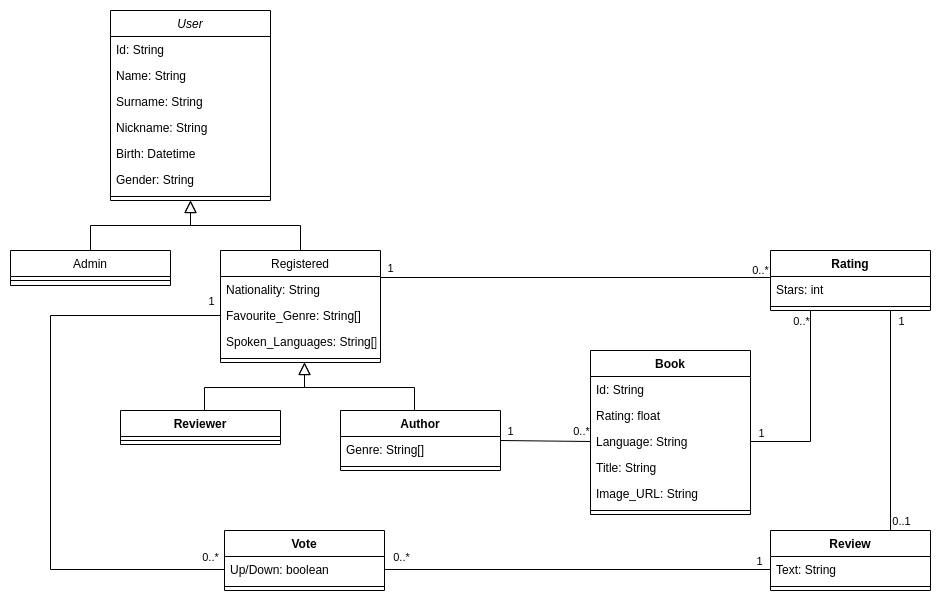
Froffri/BookAdvisor keeps this draw.io diagram as media/UML_Class.drawio.png. Above is the earlier version. Source tidied: cells renumbered, new cells last; positions are measured from the earlier drawing's top-left corner, leaving out a move shared by most shapes.
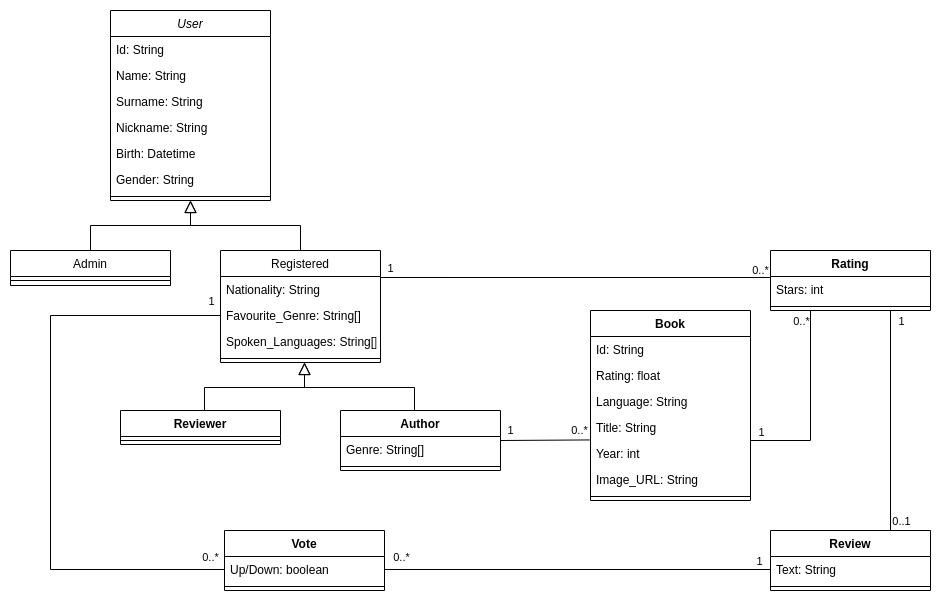
The same diagram one commit later.

What changed in the source:
```diff
@@ -81,27 +81,30 @@
       <mxGeometry y="52" width="160" height="8" as="geometry" />
     </mxCell>
     <mxCell id="26" value="Book" style="swimlane;fontStyle=1;align=center;verticalAlign=top;horizontal=1;startSize=26;" parent="1" vertex="1">
-      <mxGeometry x="580" y="340" width="160" height="164" as="geometry" />
+      <mxGeometry x="580" y="300" width="160" height="190" as="geometry" />
     </mxCell>
+    <mxCell id="60" value="Id: String" style="text;strokeColor=none;fillColor=none;align=left;verticalAlign=top;spacingLeft=4;spacingRight=4;overflow=hidden;" parent="26" vertex="1">
+      <mxGeometry y="26" width="160" height="26" as="geometry" />
+    </mxCell>
-    <mxCell id="27" value="Id: String" style="text;strokeColor=none;fillColor=none;align=left;verticalAlign=top;spacingLeft=4;spacingRight=4;overflow=hidden;" parent="26" vertex="1">
-      <mxGeometry y="26" width="160" height="26" as="geometry" />
+    <mxCell id="27" value="Rating: float" style="text;strokeColor=none;fillColor=none;align=left;verticalAlign=top;spacingLeft=4;spacingRight=4;overflow=hidden;" parent="26" vertex="1">
+      <mxGeometry y="52" width="160" height="26" as="geometry" />
     </mxCell>
-    <mxCell id="28" value="Rating: float" style="text;strokeColor=none;fillColor=none;align=left;verticalAlign=top;spacingLeft=4;spacingRight=4;overflow=hidden;" parent="26" vertex="1">
-      <mxGeometry y="52" width="160" height="26" as="geometry" />
+    <mxCell id="28" value="Language: String" style="text;strokeColor=none;fillColor=none;align=left;verticalAlign=top;spacingLeft=4;spacingRight=4;overflow=hidden;" parent="26" vertex="1">
+      <mxGeometry y="78" width="160" height="26" as="geometry" />
     </mxCell>
-    <mxCell id="29" value="Language: String" style="text;strokeColor=none;fillColor=none;align=left;verticalAlign=top;spacingLeft=4;spacingRight=4;overflow=hidden;points=[[0,0.5],[1,0.5]];portConstraint=eastwest;" parent="26" vertex="1">
-      <mxGeometry y="78" width="160" height="26" as="geometry" />
+    <mxCell id="29" value="Title: String" style="text;strokeColor=none;fillColor=none;align=left;verticalAlign=top;spacingLeft=4;spacingRight=4;overflow=hidden;points=[[0,0.5],[1,0.5]];portConstraint=eastwest;" parent="26" vertex="1">
+      <mxGeometry y="104" width="160" height="26" as="geometry" />
     </mxCell>
-    <mxCell id="30" value="Title: String" style="text;strokeColor=none;fillColor=none;align=left;verticalAlign=top;spacingLeft=4;spacingRight=4;overflow=hidden;points=[[0,0.5],[1,0.5]];portConstraint=eastwest;" parent="26" vertex="1">
-      <mxGeometry y="104" width="160" height="26" as="geometry" />
+    <mxCell id="30" value="Year: int" style="text;strokeColor=none;fillColor=none;align=left;verticalAlign=top;spacingLeft=4;spacingRight=4;overflow=hidden;points=[[0,0.5],[1,0.5]];portConstraint=eastwest;" parent="26" vertex="1">
+      <mxGeometry y="130" width="160" height="26" as="geometry" />
     </mxCell>
-    <mxCell id="31" value="Image_URL: String" style="text;strokeColor=none;fillColor=none;align=left;verticalAlign=top;spacingLeft=4;spacingRight=4;overflow=hidden;" parent="26" vertex="1">
-      <mxGeometry y="130" width="160" height="26" as="geometry" />
+    <mxCell id="31" value="Image_URL: String&#10;" style="text;strokeColor=none;fillColor=none;align=left;verticalAlign=top;spacingLeft=4;spacingRight=4;overflow=hidden;" parent="26" vertex="1">
+      <mxGeometry y="156" width="160" height="26" as="geometry" />
     </mxCell>
     <mxCell id="32" style="line;strokeWidth=1;fillColor=none;align=left;verticalAlign=middle;spacingTop=-1;spacingLeft=3;spacingRight=3;labelPosition=right;strokeColor=inherit;" parent="26" vertex="1">
-      <mxGeometry y="156" width="160" height="8" as="geometry" />
+      <mxGeometry y="182" width="160" height="8" as="geometry" />
     </mxCell>
-    <mxCell id="33" style="endArrow=none;html=1;rounded=0;exitX=1;exitY=0.5;exitDx=0;exitDy=0;entryX=0;entryY=0.5;entryDx=0;entryDy=0;" parent="1" edge="1" source="23" target="29">
+    <mxCell id="33" style="endArrow=none;html=1;rounded=0;exitX=1;exitY=0.5;exitDx=0;exitDy=0;entryX=-0.004;entryY=-0.022;entryDx=0;entryDy=0;entryPerimeter=0;" parent="1" edge="1" source="23" target="30">
       <mxGeometry relative="1" as="geometry" />
     </mxCell>
     <mxCell id="34" value="1" style="edgeLabel;html=1;align=center;verticalAlign=middle;" parent="33" vertex="1">
@@ -200,10 +203,11 @@
         <mxPoint x="3" y="-16" as="offset" />
       </mxGeometry>
     </mxCell>
-    <mxCell id="57" style="endArrow=none;html=1;rounded=0;entryX=0.25;entryY=1;entryDx=0;entryDy=0;exitX=1;exitY=0.5;exitDx=0;exitDy=0;" parent="1" edge="1" source="29" target="36">
+    <mxCell id="57" style="endArrow=none;html=1;rounded=0;entryX=0.25;entryY=1;entryDx=0;entryDy=0;" parent="1" edge="1" target="36">
       <mxGeometry relative="1" as="geometry">
+        <mxPoint x="740" y="430" as="sourcePoint" />
         <Array as="points">
-          <mxPoint x="800" y="431" />
+          <mxPoint x="800" y="430" />
         </Array>
       </mxGeometry>
     </mxCell>
```
